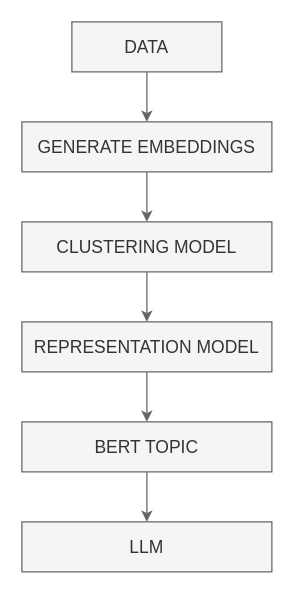
Before: TopicModelingDiagram.drawio in oitik/drawio, a draw.io diagram. Source tidied: cells renumbered, new cells numbered last; positions are measured from the earlier drawing's top-left corner, leaving out a move shared by most shapes. Both pictures are drawn from the tidied source at 125%, with x=0, y=0 at pixel (21, 21).
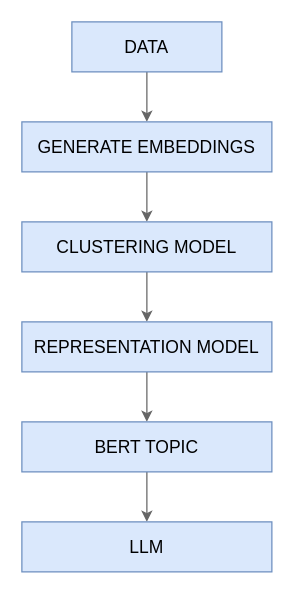
The same diagram, later.

Diff of the diagram source:
```diff
@@
 <mxGraphModel>
   <root>
     <mxCell id="0" />
     <mxCell id="1" parent="0" />
     <mxCell id="2" style="edgeStyle=orthogonalEdgeStyle;rounded=0;jettySize=auto;html=1;fillColor=#f5f5f5;strokeColor=#666666;" parent="1" edge="1" source="3" target="5">
       <mxGeometry relative="1" as="geometry" />
     </mxCell>
-    <mxCell id="3" value="&lt;font style=&quot;font-size: 14px;&quot;&gt;DATA&lt;/font&gt;" style="rounded=0;whiteSpace=wrap;html=1;fillColor=#f5f5f5;strokeColor=#666666;fontColor=#333333;" parent="1" vertex="1">
+    <mxCell id="3" value="&lt;font style=&quot;font-size: 14px;&quot;&gt;DATA&lt;/font&gt;" style="rounded=0;whiteSpace=wrap;html=1;fillColor=#dae8fc;strokeColor=#6c8ebf;" parent="1" vertex="1">
       <mxGeometry x="40" width="120" height="40" as="geometry" />
     </mxCell>
     <mxCell id="4" style="edgeStyle=orthogonalEdgeStyle;rounded=0;jettySize=auto;html=1;fillColor=#f5f5f5;strokeColor=#666666;" parent="1" edge="1" source="5" target="7">
       <mxGeometry relative="1" as="geometry" />
     </mxCell>
-    <mxCell id="5" value="&lt;font style=&quot;font-size: 14px;&quot;&gt;GENERATE EMBEDDINGS&lt;/font&gt;" style="rounded=0;whiteSpace=wrap;html=1;fillColor=#f5f5f5;strokeColor=#666666;fontColor=#333333;" parent="1" vertex="1">
+    <mxCell id="5" value="&lt;font style=&quot;font-size: 14px;&quot;&gt;GENERATE EMBEDDINGS&lt;/font&gt;" style="rounded=0;whiteSpace=wrap;html=1;fillColor=#dae8fc;strokeColor=#6c8ebf;" parent="1" vertex="1">
       <mxGeometry y="80" width="200" height="40" as="geometry" />
     </mxCell>
     <mxCell id="6" style="edgeStyle=orthogonalEdgeStyle;rounded=0;jettySize=auto;html=1;fillColor=#f5f5f5;strokeColor=#666666;" parent="1" edge="1" source="7" target="9">
       <mxGeometry relative="1" as="geometry" />
     </mxCell>
-    <mxCell id="7" value="&lt;font style=&quot;font-size: 14px;&quot;&gt;CLUSTERING MODEL&lt;/font&gt;" style="rounded=0;whiteSpace=wrap;html=1;fillColor=#f5f5f5;strokeColor=#666666;fontColor=#333333;" parent="1" vertex="1">
+    <mxCell id="7" value="&lt;font style=&quot;font-size: 14px;&quot;&gt;CLUSTERING MODEL&lt;/font&gt;" style="rounded=0;whiteSpace=wrap;html=1;fillColor=#dae8fc;strokeColor=#6c8ebf;" parent="1" vertex="1">
       <mxGeometry y="160" width="200" height="40" as="geometry" />
     </mxCell>
     <mxCell id="8" style="edgeStyle=orthogonalEdgeStyle;rounded=0;jettySize=auto;html=1;fillColor=#f5f5f5;strokeColor=#666666;" parent="1" edge="1" source="9" target="11">
       <mxGeometry relative="1" as="geometry" />
     </mxCell>
-    <mxCell id="9" value="&lt;font style=&quot;font-size: 14px;&quot;&gt;REPRESENTATION MODEL&lt;/font&gt;" style="rounded=0;whiteSpace=wrap;html=1;fillColor=#f5f5f5;strokeColor=#666666;fontColor=#333333;" parent="1" vertex="1">
+    <mxCell id="9" value="&lt;font style=&quot;font-size: 14px;&quot;&gt;REPRESENTATION MODEL&lt;/font&gt;" style="rounded=0;whiteSpace=wrap;html=1;fillColor=#dae8fc;strokeColor=#6c8ebf;" parent="1" vertex="1">
       <mxGeometry y="240" width="200" height="40" as="geometry" />
     </mxCell>
     <mxCell id="10" style="edgeStyle=orthogonalEdgeStyle;rounded=0;jettySize=auto;html=1;fillColor=#f5f5f5;strokeColor=#666666;" parent="1" edge="1" source="11" target="12">
       <mxGeometry relative="1" as="geometry" />
     </mxCell>
-    <mxCell id="11" value="&lt;font style=&quot;font-size: 14px;&quot;&gt;BERT TOPIC&lt;/font&gt;" style="rounded=0;whiteSpace=wrap;html=1;fillColor=#f5f5f5;strokeColor=#666666;fontColor=#333333;" parent="1" vertex="1">
+    <mxCell id="11" value="&lt;font style=&quot;font-size: 14px;&quot;&gt;BERT TOPIC&lt;/font&gt;" style="rounded=0;whiteSpace=wrap;html=1;fillColor=#dae8fc;strokeColor=#6c8ebf;" parent="1" vertex="1">
       <mxGeometry y="320" width="200" height="40" as="geometry" />
     </mxCell>
-    <mxCell id="12" value="&lt;font style=&quot;font-size: 14px;&quot;&gt;LLM&lt;/font&gt;" style="rounded=0;whiteSpace=wrap;html=1;fillColor=#f5f5f5;strokeColor=#666666;fontColor=#333333;" parent="1" vertex="1">
+    <mxCell id="12" value="&lt;font style=&quot;font-size: 14px;&quot;&gt;LLM&lt;/font&gt;" style="rounded=0;whiteSpace=wrap;html=1;fillColor=#dae8fc;strokeColor=#6c8ebf;" parent="1" vertex="1">
       <mxGeometry y="400" width="200" height="40" as="geometry" />
     </mxCell>
   </root>
 </mxGraphModel>
```
